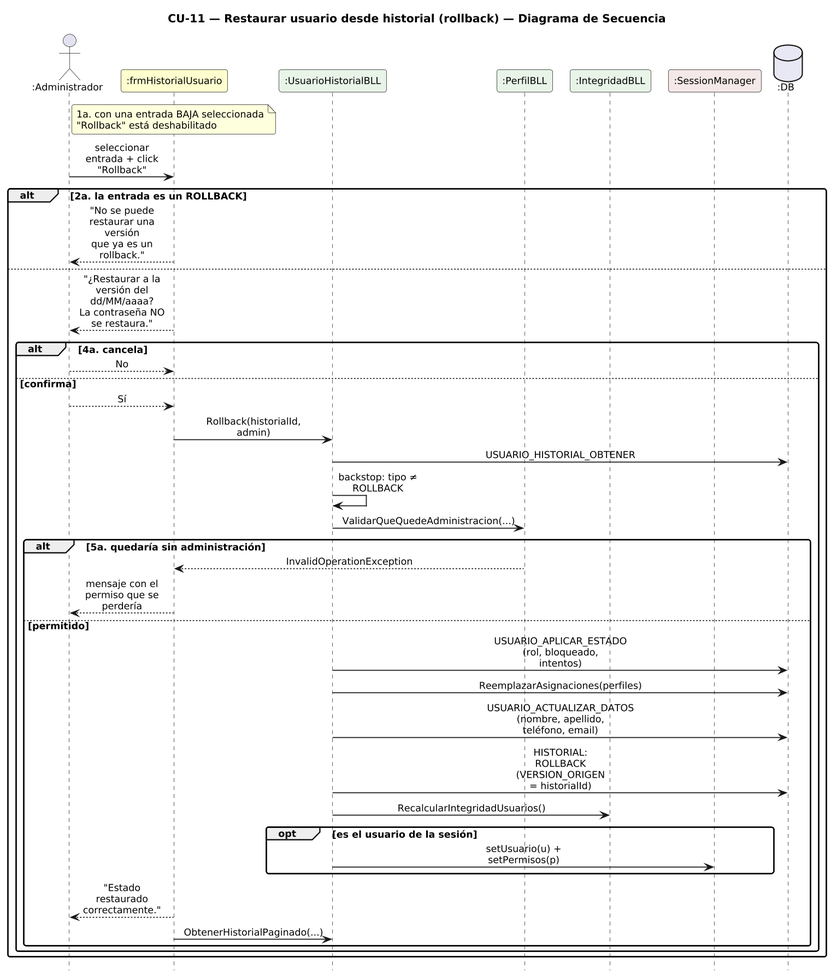
This is DIAGRAMAS/DiagramaSecuencia_CU11_RestaurarUsuarioHistorial.png from Urrels/ingenieria_software, a PlantUML export, as it was before one commit.
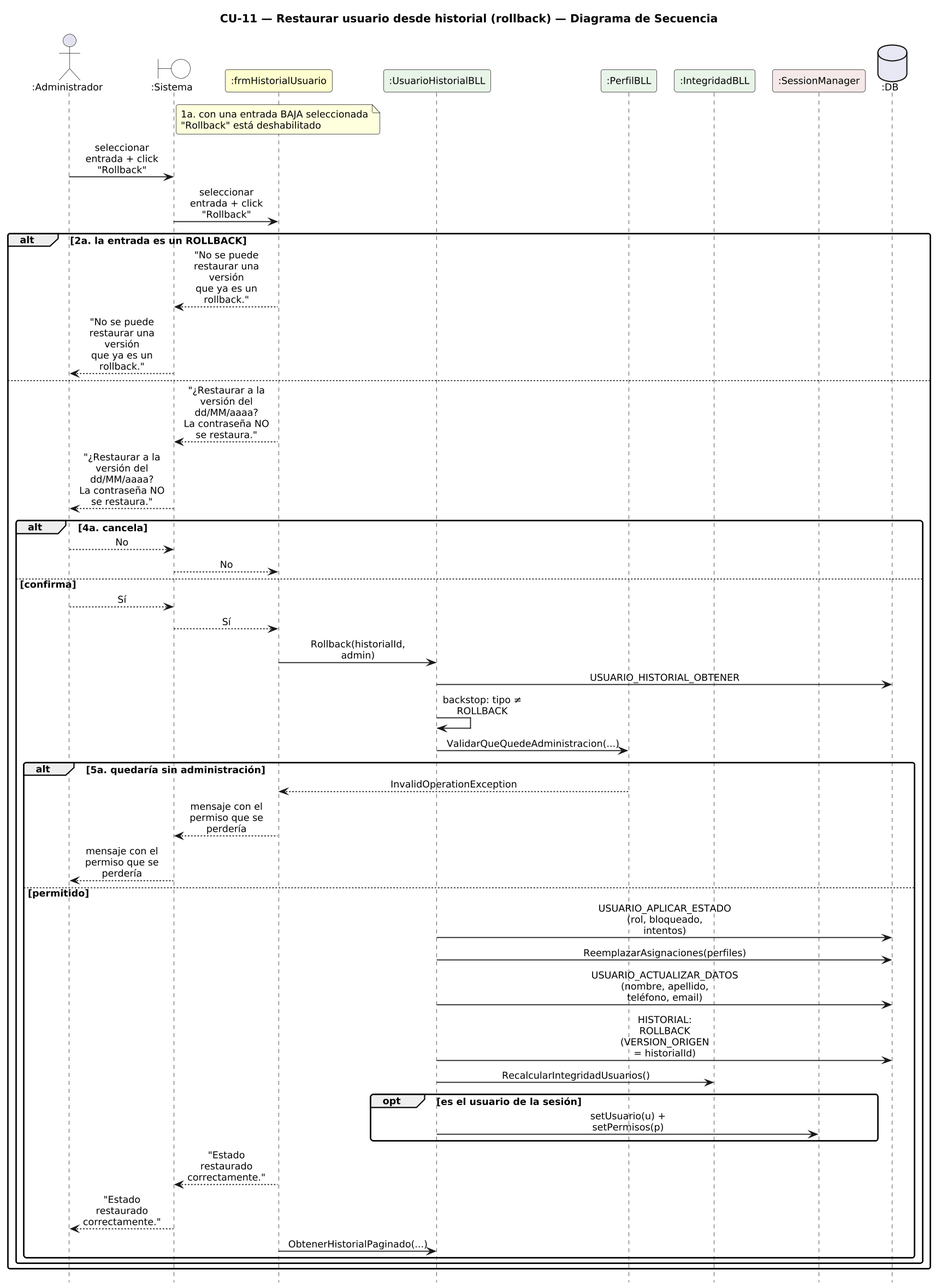
Above is the later version.

What changed in the source:
```diff
@@ -14,6 +14,7 @@
 hide footbox
 
 actor ":Administrador" as A
+boundary ":Sistema" as SYS #FFFFFF
 participant ":frmHistorialUsuario" as H #FEFECE
 participant ":UsuarioHistorialBLL" as HB #E8F4E8
 participant ":PerfilBLL" as PB #E8F4E8
@@ -22,22 +23,28 @@
 database ":DB" as DB #E8E8F4
 
 note over H : 1a. con una entrada BAJA seleccionada\n"Rollback" está deshabilitado
-A -> H : seleccionar entrada + click "Rollback"
+A -> SYS : seleccionar entrada + click "Rollback"
+SYS -> H : seleccionar entrada + click "Rollback"
 alt 2a. la entrada es un ROLLBACK
-  H --> A : "No se puede restaurar una versión\nque ya es un rollback."
+  H --> SYS : "No se puede restaurar una versión\nque ya es un rollback."
+  SYS --> A : "No se puede restaurar una versión\nque ya es un rollback."
 else
-  H --> A : "¿Restaurar a la versión del dd/MM/aaaa?\nLa contraseña NO se restaura."
+  H --> SYS : "¿Restaurar a la versión del dd/MM/aaaa?\nLa contraseña NO se restaura."
+  SYS --> A : "¿Restaurar a la versión del dd/MM/aaaa?\nLa contraseña NO se restaura."
   alt 4a. cancela
-    A --> H : No
+    A --> SYS : No
+    SYS --> H : No
   else confirma
-    A --> H : Sí
+    A --> SYS : Sí
+    SYS --> H : Sí
     H -> HB : Rollback(historialId, admin)
     HB -> DB : USUARIO_HISTORIAL_OBTENER
     HB -> HB : backstop: tipo ≠ ROLLBACK
     HB -> PB : ValidarQueQuedeAdministracion(...)
     alt 5a. quedaría sin administración
       PB --> H : InvalidOperationException
-      H --> A : mensaje con el permiso que se perdería
+      H --> SYS : mensaje con el permiso que se perdería
+      SYS --> A : mensaje con el permiso que se perdería
     else permitido
       HB -> DB : USUARIO_APLICAR_ESTADO\n(rol, bloqueado, intentos)
       HB -> DB : ReemplazarAsignaciones(perfiles)
@@ -47,7 +54,8 @@
       opt es el usuario de la sesión
         HB -> S : setUsuario(u) + setPermisos(p)
       end
-      H --> A : "Estado restaurado correctamente."
+      H --> SYS : "Estado restaurado correctamente."
+      SYS --> A : "Estado restaurado correctamente."
       H -> HB : ObtenerHistorialPaginado(...)
     end
   end
```
